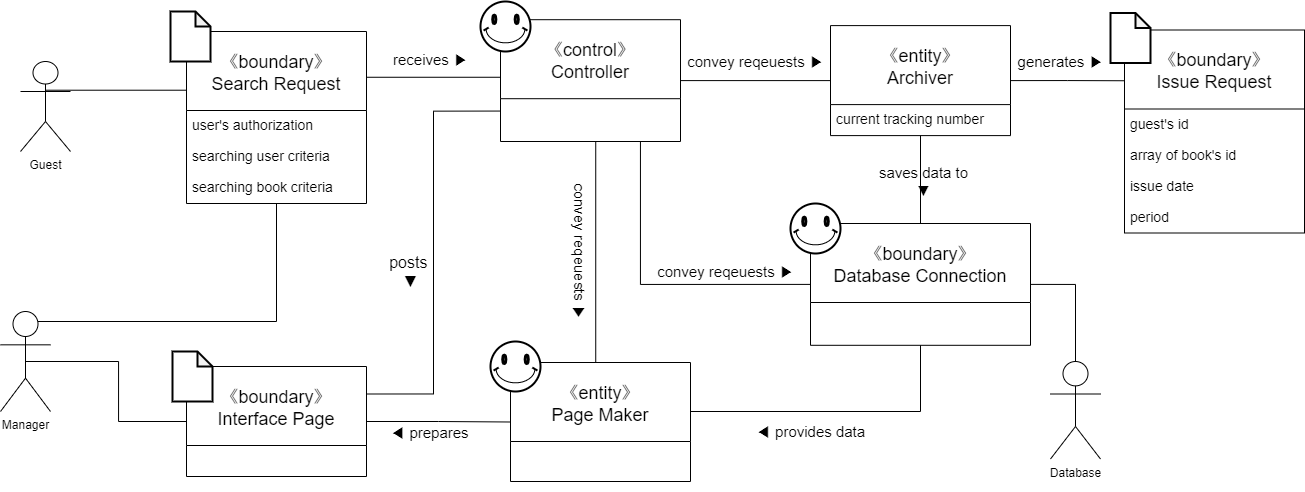
The draw.io diagram docs/DomainModels/diagram_images/DM-UC-04.png in youngkwon02/Enhanced-library-management, before a commit. Source tidied: cells renumbered, new cells last; positions are measured from the earlier drawing's top-left corner, leaving out a move shared by most shapes.
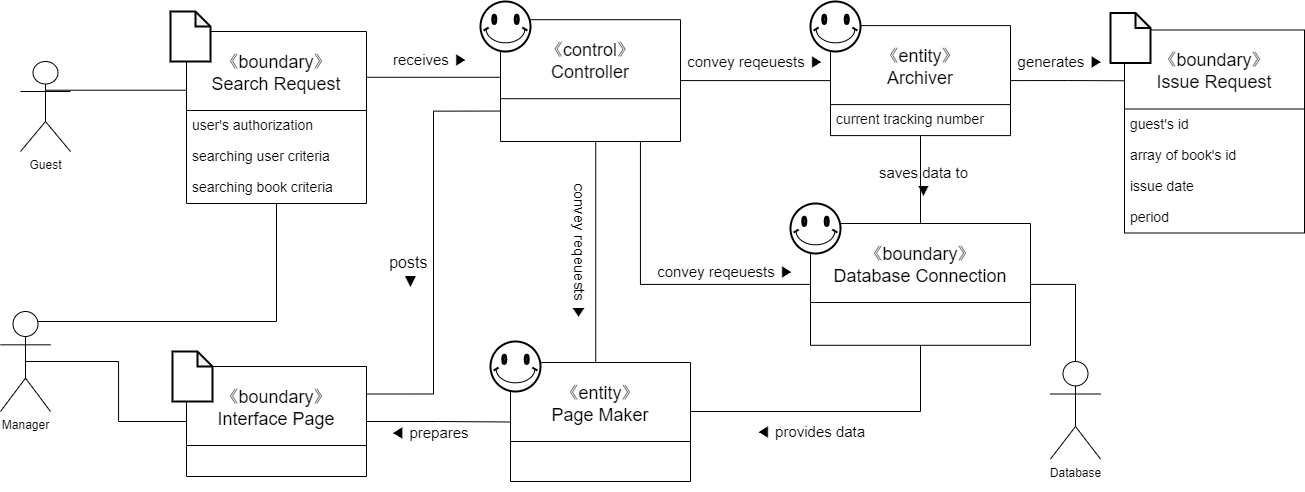
Later version of the same file.

Change to the diagram source:
```diff
@@ -175,5 +175,8 @@
     <mxCell id="53" value="generates ▶" style="text;html=1;align=center;verticalAlign=middle;strokeColor=none;fontSize=15;" parent="1" vertex="1">
       <mxGeometry x="1010" y="50" width="100" height="20" as="geometry" />
     </mxCell>
+    <mxCell id="54" style="verticalLabelPosition=bottom;verticalAlign=top;html=1;shape=mxgraph.basic.smiley;fontSize=14;strokeWidth=2;fillColor=#ffffff;" parent="1" vertex="1">
+      <mxGeometry x="810" width="50" height="50" as="geometry" />
+    </mxCell>
   </root>
 </mxGraphModel>
```
